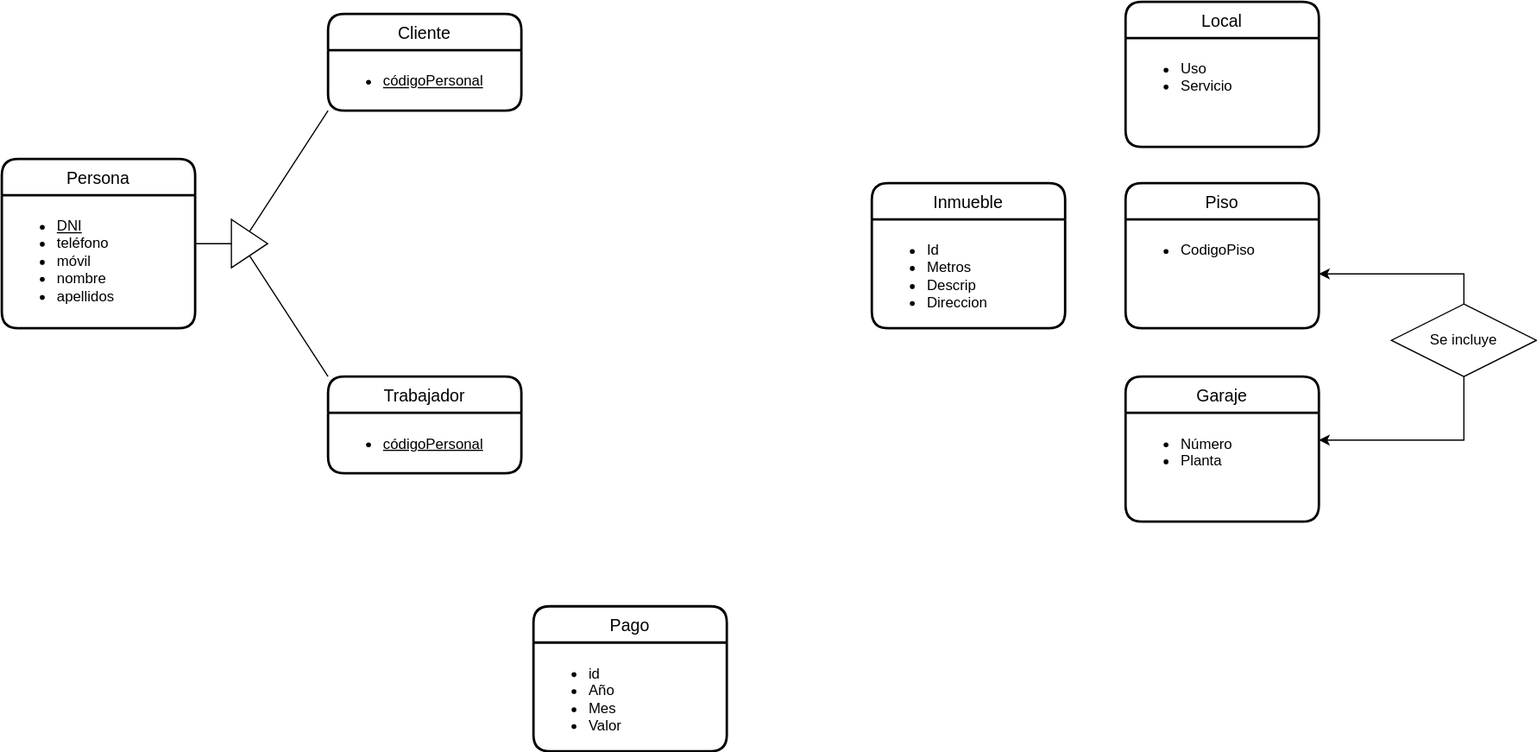
Jimxx22/C3-UD11-UML keeps this draw.io diagram as UD12-18.svg. Above is the earlier version. Source tidied: cells renumbered, new cells last; positions are measured from the earlier drawing's top-left corner, leaving out a move shared by most shapes.
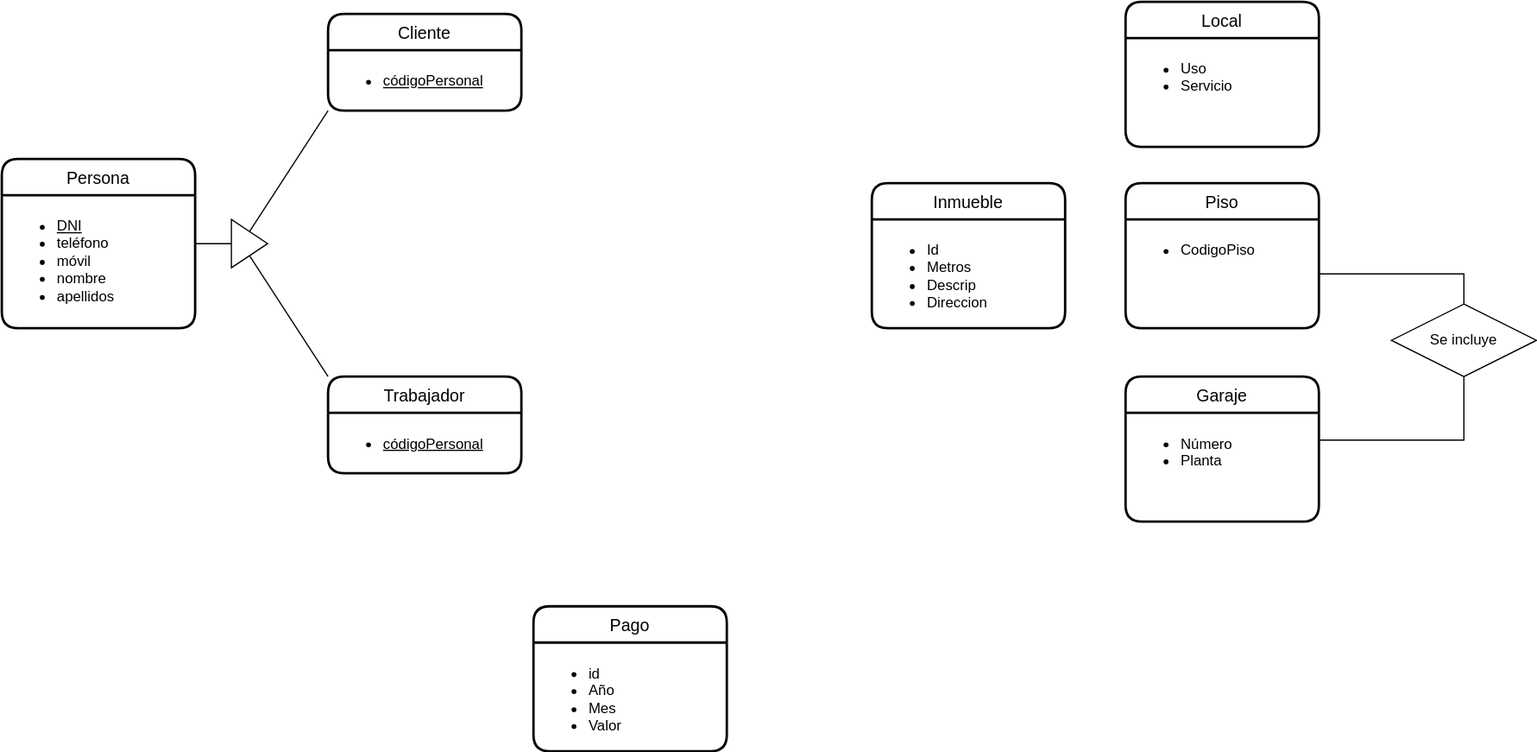
After the commit.

Diff of the diagram source:
```diff
@@ -62,10 +62,10 @@
     <mxCell id="21" style="endArrow=none;html=1;rounded=0;exitX=0.5;exitY=0;exitDx=0;exitDy=0;entryX=0;entryY=1;entryDx=0;entryDy=0;" parent="1" edge="1" source="18" target="7">
       <mxGeometry relative="1" as="geometry" />
     </mxCell>
-    <mxCell id="22" style="edgeStyle=orthogonalEdgeStyle;rounded=0;jettySize=auto;html=1;exitX=0.5;exitY=1;exitDx=0;exitDy=0;entryX=1;entryY=0.25;entryDx=0;entryDy=0;" parent="1" edge="1" source="24" target="13">
+    <mxCell id="22" style="edgeStyle=orthogonalEdgeStyle;rounded=0;jettySize=auto;html=1;exitX=0.5;exitY=1;exitDx=0;exitDy=0;entryX=1;entryY=0.25;entryDx=0;entryDy=0;endArrow=none;endFill=0;" parent="1" edge="1" source="24" target="13">
       <mxGeometry relative="1" as="geometry" />
     </mxCell>
-    <mxCell id="23" style="edgeStyle=orthogonalEdgeStyle;rounded=0;jettySize=auto;html=1;exitX=0.5;exitY=0;exitDx=0;exitDy=0;entryX=1;entryY=0.5;entryDx=0;entryDy=0;" parent="1" edge="1" source="24" target="15">
+    <mxCell id="23" style="edgeStyle=orthogonalEdgeStyle;rounded=0;jettySize=auto;html=1;exitX=0.5;exitY=0;exitDx=0;exitDy=0;entryX=1;entryY=0.5;entryDx=0;entryDy=0;endArrow=none;endFill=0;" parent="1" edge="1" source="24" target="15">
       <mxGeometry relative="1" as="geometry" />
     </mxCell>
     <mxCell id="24" value="Se incluye" style="shape=rhombus;perimeter=rhombusPerimeter;whiteSpace=wrap;html=1;align=center;" parent="1" vertex="1">
```
